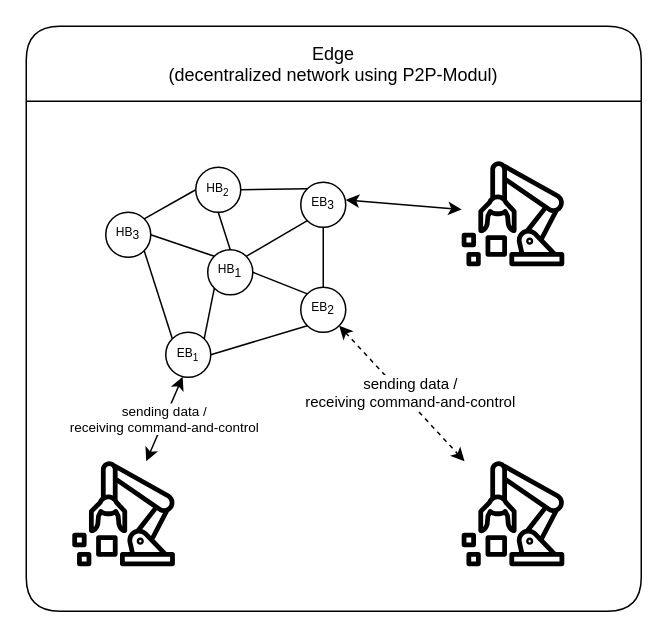
JJJS777/Praxisprojekt2022 keeps this draw.io diagram as page "E2: Edge" (7 of 9) of Untitled Diagram.drawio. Above is the earlier version. Source tidied: cells renumbered, new cells numbered last; positions are measured from the earlier drawing's top-left corner, leaving out a move shared by most shapes. Both pictures are drawn from the tidied source at 150%, with x=0, y=0 at pixel (26, 26).
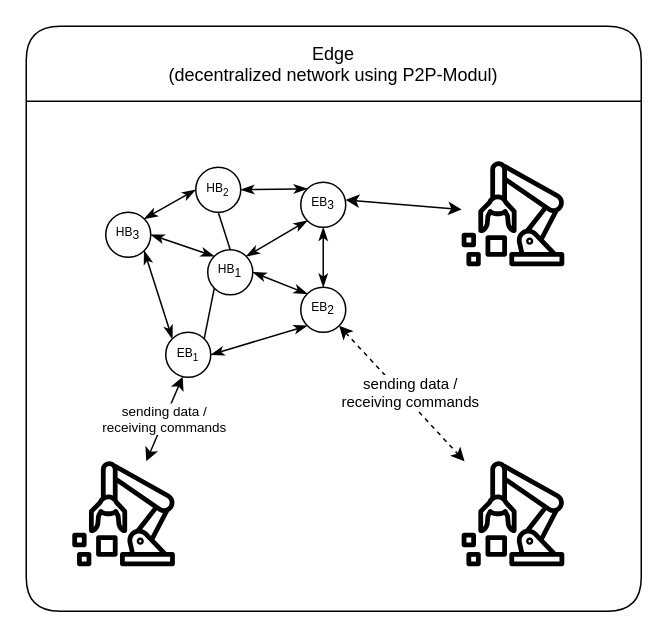
The same diagram, later.

The change refers to these unchanged cells:
```xml
<mxCell id="2" value="Edge &#10;(decentralized network using P2P-Modul)" style="swimlane;fillColor=none;strokeColor=#000000;rounded=1;fontStyle=0;startSize=50;" parent="1" vertex="1">
  <mxGeometry width="410" height="390" as="geometry" />
</mxCell>
<mxCell id="4" style="edgeStyle=none;rounded=0;jettySize=auto;html=1;exitX=1;exitY=1;exitDx=0;exitDy=0;fontSize=8;endArrow=classic;endFill=1;dashed=1;startArrow=classic;startFill=1;" parent="2" edge="1" source="14" target="8">
  <mxGeometry relative="1" as="geometry" />
</mxCell>
<mxCell id="7" style="sketch=0;outlineConnect=0;fontColor=#232F3E;gradientColor=none;fillColor=#000000;strokeColor=default;dashed=0;verticalLabelPosition=bottom;verticalAlign=top;align=center;html=1;fontSize=12;fontStyle=0;shape=mxgraph.aws4.iot_sitewise_asset;strokeWidth=0;" parent="2" vertex="1">
  <mxGeometry x="30.4" y="290" width="69.1" height="70" as="geometry" />
</mxCell>
<mxCell id="10" style="group;" parent="2" vertex="1">
  <mxGeometry x="53" y="94" width="160" height="140" as="geometry" />
</mxCell>
<mxCell id="11" value="HB&lt;sub style=&quot;font-size: 8px;&quot;&gt;3&lt;/sub&gt;" style="ellipse;whiteSpace=wrap;html=1;fontSize=8;fillColor=none;strokeColor=#000000;" parent="10" vertex="1">
  <mxGeometry y="30" width="30" height="30" as="geometry" />
</mxCell>
<mxCell id="12" value="HB&lt;sub style=&quot;font-size: 8px;&quot;&gt;1&lt;/sub&gt;" style="ellipse;whiteSpace=wrap;html=1;fontSize=8;fillColor=none;strokeColor=#000000;" parent="10" vertex="1">
  <mxGeometry x="68" y="55" width="30" height="30" as="geometry" />
</mxCell>
<mxCell id="13" value="EB&lt;sub style=&quot;font-size: 8px;&quot;&gt;3&lt;/sub&gt;" style="ellipse;whiteSpace=wrap;html=1;fontSize=8;fillColor=none;strokeColor=#000000;" parent="10" vertex="1">
  <mxGeometry x="130" y="10" width="30" height="30" as="geometry" />
</mxCell>
<mxCell id="14" value="EB&lt;sub style=&quot;font-size: 8px;&quot;&gt;2&lt;/sub&gt;" style="ellipse;whiteSpace=wrap;html=1;fontSize=8;fillColor=none;strokeColor=#000000;" parent="10" vertex="1">
  <mxGeometry x="130" y="80" width="30" height="30" as="geometry" />
</mxCell>
<mxCell id="15" value="HB&lt;sub&gt;2&lt;/sub&gt;" style="ellipse;whiteSpace=wrap;html=1;fontSize=8;fillColor=none;strokeColor=#000000;" parent="10" vertex="1">
  <mxGeometry x="60" width="30" height="30" as="geometry" />
</mxCell>
<mxCell id="16" value="EB&lt;sub&gt;1&lt;/sub&gt;" style="ellipse;whiteSpace=wrap;html=1;fontSize=8;fillColor=none;strokeColor=#000000;" parent="10" vertex="1">
  <mxGeometry x="40" y="110" width="30" height="30" as="geometry" />
</mxCell>
```

Diff of the diagram source:
```diff
@@
-    <mxCell id="5" value="&lt;div style=&quot;font-size: 10px;&quot;&gt;sending data / &lt;br style=&quot;font-size: 10px;&quot;&gt;&lt;/div&gt;&lt;div style=&quot;font-size: 10px;&quot;&gt;receiving command-and-control &lt;/div&gt;" style="edgeLabel;html=1;align=center;verticalAlign=middle;fontSize=10;labelBackgroundColor=default;" parent="4" vertex="1">
+    <mxCell id="5" value="&lt;div style=&quot;font-size: 10px;&quot;&gt;sending data / &lt;br style=&quot;font-size: 10px;&quot;&gt;&lt;/div&gt;&lt;div style=&quot;font-size: 10px;&quot;&gt;receiving commands &lt;/div&gt;" style="edgeLabel;html=1;align=center;verticalAlign=middle;fontSize=10;labelBackgroundColor=default;" parent="4" vertex="1">
       <mxGeometry x="-0.14" y="1" relative="1" as="geometry">
         <mxPoint x="10" y="6" as="offset" />
       </mxGeometry>
     </mxCell>
-    <mxCell id="6" value="&lt;div style=&quot;font-size: 9px;&quot;&gt;&lt;font style=&quot;font-size: 9px;&quot;&gt;sending data / &lt;br style=&quot;font-size: 9px;&quot;&gt;&lt;/font&gt;&lt;/div&gt;&lt;div style=&quot;font-size: 9px;&quot;&gt;&lt;font style=&quot;font-size: 9px;&quot;&gt;receiving command-and-control &lt;/font&gt;&lt;/div&gt;" style="edgeStyle=none;rounded=0;jettySize=auto;html=1;exitX=0.376;exitY=0.987;exitDx=0;exitDy=0;fontSize=9;endArrow=classic;endFill=1;exitPerimeter=0;startArrow=classic;startFill=1;labelBackgroundColor=default;" parent="2" edge="1" source="16" target="7">
+    <mxCell id="6" value="&lt;div style=&quot;font-size: 9px;&quot;&gt;&lt;font style=&quot;font-size: 9px;&quot;&gt;sending data / &lt;br style=&quot;font-size: 9px;&quot;&gt;&lt;/font&gt;&lt;/div&gt;&lt;div style=&quot;font-size: 9px;&quot;&gt;&lt;font style=&quot;font-size: 9px;&quot;&gt;receiving commands &lt;/font&gt;&lt;/div&gt;" style="edgeStyle=none;rounded=0;jettySize=auto;html=1;exitX=0.376;exitY=0.987;exitDx=0;exitDy=0;fontSize=9;endArrow=classic;endFill=1;exitPerimeter=0;startArrow=classic;startFill=1;labelBackgroundColor=default;" parent="2" edge="1" source="16" target="7">
       <mxGeometry relative="1" as="geometry" />
     </mxCell>
@@
-    <mxCell id="17" style="rounded=0;jettySize=auto;html=1;exitX=1;exitY=1;exitDx=0;exitDy=0;entryX=0;entryY=0;entryDx=0;entryDy=0;fontSize=8;endArrow=none;endFill=0;" parent="10" edge="1" source="11" target="16">
+    <mxCell id="17" style="rounded=0;jettySize=auto;html=1;exitX=1;exitY=1;exitDx=0;exitDy=0;entryX=0;entryY=0;entryDx=0;entryDy=0;fontSize=8;endArrow=classicThin;endFill=1;startArrow=classicThin;startFill=1;" parent="10" edge="1" source="11" target="16">
       <mxGeometry relative="1" as="geometry" />
     </mxCell>
-    <mxCell id="18" style="edgeStyle=none;rounded=0;jettySize=auto;html=1;exitX=1;exitY=0.5;exitDx=0;exitDy=0;entryX=0;entryY=0;entryDx=0;entryDy=0;fontSize=8;endArrow=none;endFill=0;" parent="10" edge="1" source="11" target="12">
+    <mxCell id="18" style="edgeStyle=none;rounded=0;jettySize=auto;html=1;exitX=1;exitY=0.5;exitDx=0;exitDy=0;entryX=0;entryY=0;entryDx=0;entryDy=0;fontSize=8;endArrow=classicThin;endFill=1;startArrow=classicThin;startFill=1;" parent="10" edge="1" source="11" target="12">
       <mxGeometry relative="1" as="geometry" />
     </mxCell>
-    <mxCell id="19" style="edgeStyle=none;rounded=0;jettySize=auto;html=1;exitX=0;exitY=0;exitDx=0;exitDy=0;entryX=1;entryY=0.5;entryDx=0;entryDy=0;fontSize=8;endArrow=none;endFill=0;" parent="10" edge="1" source="13" target="15">
+    <mxCell id="19" style="edgeStyle=none;rounded=0;jettySize=auto;html=1;exitX=0;exitY=0;exitDx=0;exitDy=0;entryX=1;entryY=0.5;entryDx=0;entryDy=0;fontSize=8;endArrow=classicThin;endFill=1;startArrow=classicThin;startFill=1;" parent="10" edge="1" source="13" target="15">
       <mxGeometry relative="1" as="geometry" />
     </mxCell>
-    <mxCell id="20" style="edgeStyle=none;rounded=0;jettySize=auto;html=1;exitX=0.5;exitY=0;exitDx=0;exitDy=0;entryX=0.5;entryY=1;entryDx=0;entryDy=0;fontSize=8;endArrow=none;endFill=0;" parent="10" edge="1" source="14" target="13">
+    <mxCell id="20" style="edgeStyle=none;rounded=0;jettySize=auto;html=1;exitX=0.5;exitY=0;exitDx=0;exitDy=0;entryX=0.5;entryY=1;entryDx=0;entryDy=0;fontSize=8;endArrow=classicThin;endFill=1;startArrow=classicThin;startFill=1;" parent="10" edge="1" source="14" target="13">
       <mxGeometry relative="1" as="geometry" />
     </mxCell>
-    <mxCell id="21" style="edgeStyle=none;rounded=0;jettySize=auto;html=1;exitX=0;exitY=0;exitDx=0;exitDy=0;entryX=1;entryY=0.5;entryDx=0;entryDy=0;fontSize=8;endArrow=none;endFill=0;" parent="10" edge="1" source="14" target="12">
+    <mxCell id="21" style="edgeStyle=none;rounded=0;jettySize=auto;html=1;exitX=0;exitY=0;exitDx=0;exitDy=0;entryX=1;entryY=0.5;entryDx=0;entryDy=0;fontSize=8;endArrow=classicThin;endFill=1;startArrow=classicThin;startFill=1;" parent="10" edge="1" source="14" target="12">
       <mxGeometry relative="1" as="geometry" />
     </mxCell>
-    <mxCell id="22" style="edgeStyle=none;rounded=0;jettySize=auto;html=1;exitX=0;exitY=0.5;exitDx=0;exitDy=0;entryX=1;entryY=0;entryDx=0;entryDy=0;fontSize=8;endArrow=none;endFill=0;" parent="10" edge="1" source="15" target="11">
+    <mxCell id="22" style="edgeStyle=none;rounded=0;jettySize=auto;html=1;exitX=0;exitY=0.5;exitDx=0;exitDy=0;entryX=1;entryY=0;entryDx=0;entryDy=0;fontSize=8;endArrow=classicThin;endFill=1;startArrow=classicThin;startFill=1;" parent="10" edge="1" source="15" target="11">
       <mxGeometry relative="1" as="geometry" />
     </mxCell>
-    <mxCell id="23" style="edgeStyle=none;rounded=0;jettySize=auto;html=1;exitX=1;exitY=0.5;exitDx=0;exitDy=0;entryX=0;entryY=1;entryDx=0;entryDy=0;fontSize=8;endArrow=none;endFill=0;" parent="10" edge="1" source="16" target="14">
+    <mxCell id="23" style="edgeStyle=none;rounded=0;jettySize=auto;html=1;exitX=1;exitY=0.5;exitDx=0;exitDy=0;entryX=0;entryY=1;entryDx=0;entryDy=0;fontSize=8;endArrow=classicThin;endFill=1;startArrow=classicThin;startFill=1;" parent="10" edge="1" source="16" target="14">
       <mxGeometry relative="1" as="geometry" />
     </mxCell>
@@
-    <mxCell id="25" style="edgeStyle=none;rounded=0;jettySize=auto;html=1;exitX=0;exitY=1;exitDx=0;exitDy=0;entryX=1;entryY=0;entryDx=0;entryDy=0;fontSize=8;endArrow=none;endFill=0;" parent="10" edge="1" source="13" target="12">
+    <mxCell id="25" style="edgeStyle=none;rounded=0;jettySize=auto;html=1;exitX=0;exitY=1;exitDx=0;exitDy=0;entryX=1;entryY=0;entryDx=0;entryDy=0;fontSize=8;endArrow=classicThin;endFill=1;startArrow=classicThin;startFill=1;" parent="10" edge="1" source="13" target="12">
       <mxGeometry relative="1" as="geometry" />
     </mxCell>
```
